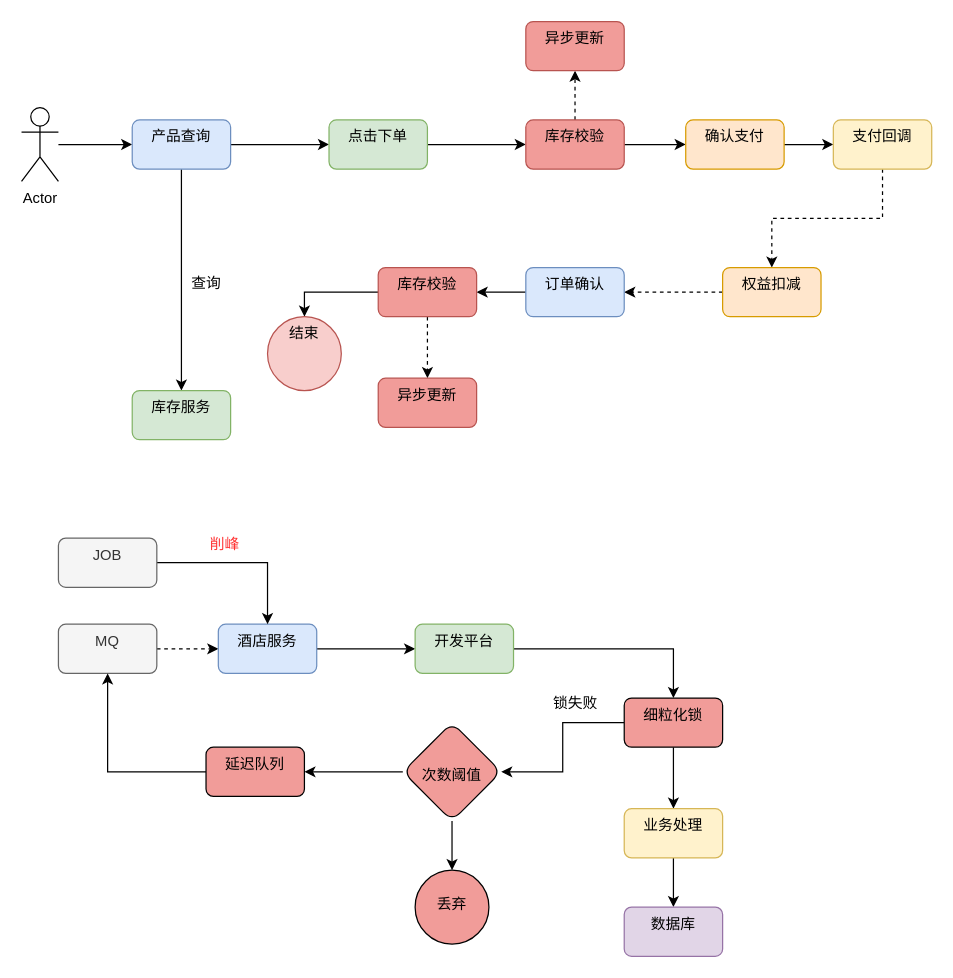
Earlier version of the draw.io diagram page "第 3 页" (3 of 5) of 晋升.drawio (VilaNan/tsxxx.github.io). Source tidied: cells renumbered, new cells numbered last; positions are measured from the earlier drawing's top-left corner, leaving out a move shared by most shapes. Both pictures are drawn from the tidied source at 123%, with x=0, y=0 at pixel (21, 21).
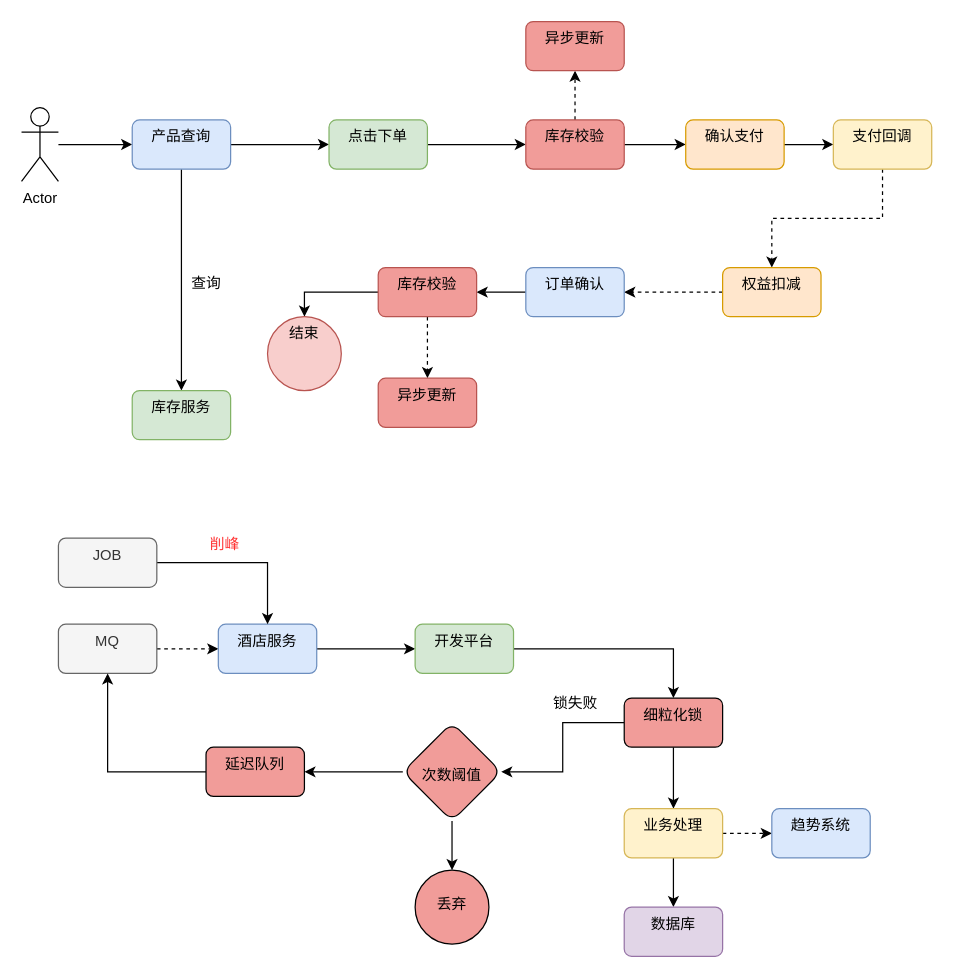
After the change.

Unchanged cells that the change refers to:
```xml
<mxCell id="40" value="业务处理" style="rounded=1;whiteSpace=wrap;html=1;verticalAlign=top;fillColor=#fff2cc;strokeColor=#d6b656;" parent="1" vertex="1">
  <mxGeometry x="490" y="640" width="80" height="40" as="geometry" />
</mxCell>
```

Change to the diagram source:
```diff
@@
+    <mxCell id="50" style="edgeStyle=orthogonalEdgeStyle;rounded=0;jettySize=auto;html=1;dashed=1;" parent="1" edge="1" source="40" target="51">
+      <mxGeometry relative="1" as="geometry" />
+    </mxCell>
@@
+    <mxCell id="51" value="趋势系统" style="rounded=1;whiteSpace=wrap;html=1;verticalAlign=top;fillColor=#dae8fc;strokeColor=#6c8ebf;" parent="1" vertex="1">
+      <mxGeometry x="610" y="640" width="80" height="40" as="geometry" />
+    </mxCell>
```
